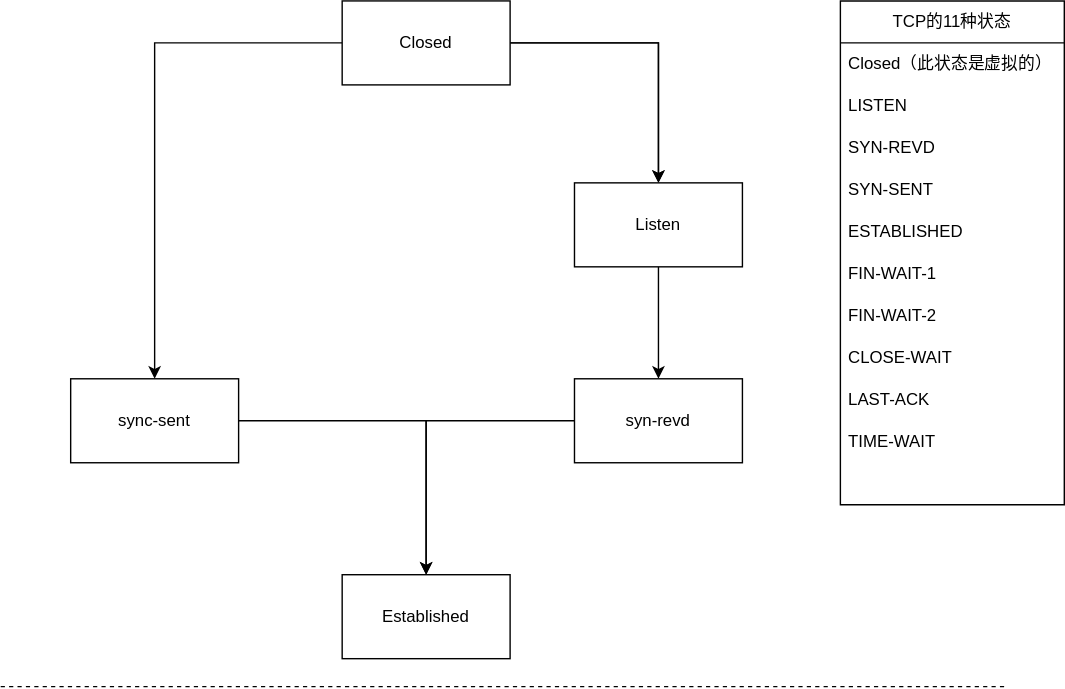
This is TCP状态.drawio.svg from WithoutCause/draw.io, a draw.io export, as it was before one commit. Source tidied: cells renumbered, new cells last; positions are measured from the earlier drawing's top-left corner, leaving out a move shared by most shapes. Source of this version:
```xml
<mxGraphModel>
  <root>
    <mxCell id="0" />
    <mxCell id="1" parent="0" />
    <mxCell id="2" style="edgeStyle=orthogonalEdgeStyle;rounded=0;jettySize=auto;html=1;" parent="1" edge="1" source="5" target="7">
      <mxGeometry relative="1" as="geometry" />
    </mxCell>
    <mxCell id="3" style="edgeStyle=orthogonalEdgeStyle;rounded=0;jettySize=auto;html=1;" parent="1" edge="1" source="5" target="7">
      <mxGeometry relative="1" as="geometry" />
    </mxCell>
    <mxCell id="4" style="edgeStyle=orthogonalEdgeStyle;rounded=0;jettySize=auto;html=1;" parent="1" edge="1" source="5" target="11">
      <mxGeometry relative="1" as="geometry" />
    </mxCell>
    <mxCell id="5" value="Closed" style="rounded=0;whiteSpace=wrap;html=1;" parent="1" vertex="1">
      <mxGeometry x="244" width="120" height="60" as="geometry" />
    </mxCell>
    <mxCell id="6" style="edgeStyle=orthogonalEdgeStyle;rounded=0;jettySize=auto;html=1;" parent="1" edge="1" source="7" target="9">
      <mxGeometry relative="1" as="geometry" />
    </mxCell>
    <mxCell id="7" value="Listen" style="rounded=0;whiteSpace=wrap;html=1;" parent="1" vertex="1">
      <mxGeometry x="410" y="130" width="120" height="60" as="geometry" />
    </mxCell>
    <mxCell id="8" style="edgeStyle=orthogonalEdgeStyle;rounded=0;jettySize=auto;html=1;" parent="1" edge="1" source="9" target="12">
      <mxGeometry relative="1" as="geometry" />
    </mxCell>
    <mxCell id="9" value="syn-revd" style="whiteSpace=wrap;html=1;rounded=0;" parent="1" vertex="1">
      <mxGeometry x="410" y="270" width="120" height="60" as="geometry" />
    </mxCell>
    <mxCell id="10" style="edgeStyle=orthogonalEdgeStyle;rounded=0;jettySize=auto;html=1;" parent="1" edge="1" source="11" target="12">
      <mxGeometry relative="1" as="geometry" />
    </mxCell>
    <mxCell id="11" value="sync-sent" style="whiteSpace=wrap;html=1;rounded=0;" parent="1" vertex="1">
      <mxGeometry x="50" y="270" width="120" height="60" as="geometry" />
    </mxCell>
    <mxCell id="12" value="Established" style="whiteSpace=wrap;html=1;rounded=0;" parent="1" vertex="1">
      <mxGeometry x="244" y="410" width="120" height="60" as="geometry" />
    </mxCell>
    <mxCell id="13" style="endArrow=none;dashed=1;html=1;rounded=0;" parent="1" edge="1">
      <mxGeometry relative="1" as="geometry">
        <mxPoint y="490" as="sourcePoint" />
        <mxPoint x="720" y="490" as="targetPoint" />
      </mxGeometry>
    </mxCell>
    <mxCell id="14" value="TCP的11种状态" style="swimlane;fontStyle=0;horizontal=1;startSize=30;whiteSpace=wrap;html=1;" parent="1" vertex="1">
      <mxGeometry x="600" width="160" height="360" as="geometry" />
    </mxCell>
    <mxCell id="15" value="Closed（此状态是虚拟的）" style="text;strokeColor=none;fillColor=none;align=left;verticalAlign=middle;spacingLeft=4;spacingRight=4;overflow=hidden;whiteSpace=wrap;html=1;" parent="14" vertex="1">
      <mxGeometry y="30" width="160" height="30" as="geometry" />
    </mxCell>
    <mxCell id="16" value="LISTEN" style="text;strokeColor=none;fillColor=none;align=left;verticalAlign=middle;spacingLeft=4;spacingRight=4;overflow=hidden;whiteSpace=wrap;html=1;" parent="14" vertex="1">
      <mxGeometry y="60" width="160" height="30" as="geometry" />
    </mxCell>
    <mxCell id="17" value="SYN-REVD" style="text;strokeColor=none;fillColor=none;align=left;verticalAlign=middle;spacingLeft=4;spacingRight=4;overflow=hidden;whiteSpace=wrap;html=1;" parent="14" vertex="1">
      <mxGeometry y="90" width="160" height="30" as="geometry" />
    </mxCell>
    <mxCell id="18" value="SYN-SENT" style="text;strokeColor=none;fillColor=none;align=left;verticalAlign=middle;spacingLeft=4;spacingRight=4;overflow=hidden;whiteSpace=wrap;html=1;" parent="14" vertex="1">
      <mxGeometry y="120" width="160" height="30" as="geometry" />
    </mxCell>
    <mxCell id="19" value="ESTABLISHED" style="text;strokeColor=none;fillColor=none;align=left;verticalAlign=middle;spacingLeft=4;spacingRight=4;overflow=hidden;whiteSpace=wrap;html=1;" parent="14" vertex="1">
      <mxGeometry y="150" width="160" height="30" as="geometry" />
    </mxCell>
    <mxCell id="20" value="FIN-WAIT-1" style="text;strokeColor=none;fillColor=none;align=left;verticalAlign=middle;spacingLeft=4;spacingRight=4;overflow=hidden;whiteSpace=wrap;html=1;" parent="14" vertex="1">
      <mxGeometry y="180" width="160" height="30" as="geometry" />
    </mxCell>
    <mxCell id="21" value="FIN-WAIT-2" style="text;strokeColor=none;fillColor=none;align=left;verticalAlign=middle;spacingLeft=4;spacingRight=4;overflow=hidden;whiteSpace=wrap;html=1;" parent="14" vertex="1">
      <mxGeometry y="210" width="160" height="30" as="geometry" />
    </mxCell>
    <mxCell id="22" value="CLOSE-WAIT" style="text;strokeColor=none;fillColor=none;align=left;verticalAlign=middle;spacingLeft=4;spacingRight=4;overflow=hidden;whiteSpace=wrap;html=1;" parent="14" vertex="1">
      <mxGeometry y="240" width="160" height="30" as="geometry" />
    </mxCell>
    <mxCell id="23" value="LAST-ACK" style="text;strokeColor=none;fillColor=none;align=left;verticalAlign=middle;spacingLeft=4;spacingRight=4;overflow=hidden;whiteSpace=wrap;html=1;" parent="14" vertex="1">
      <mxGeometry y="270" width="160" height="30" as="geometry" />
    </mxCell>
    <mxCell id="24" value="TIME-WAIT" style="text;strokeColor=none;fillColor=none;align=left;verticalAlign=middle;spacingLeft=4;spacingRight=4;overflow=hidden;whiteSpace=wrap;html=1;" parent="14" vertex="1">
      <mxGeometry y="300" width="160" height="30" as="geometry" />
    </mxCell>
    <mxCell id="25" style="text;strokeColor=none;fillColor=none;align=left;verticalAlign=middle;spacingLeft=4;spacingRight=4;overflow=hidden;whiteSpace=wrap;html=1;" parent="14" vertex="1">
      <mxGeometry y="330" width="160" height="30" as="geometry" />
    </mxCell>
  </root>
</mxGraphModel>
```
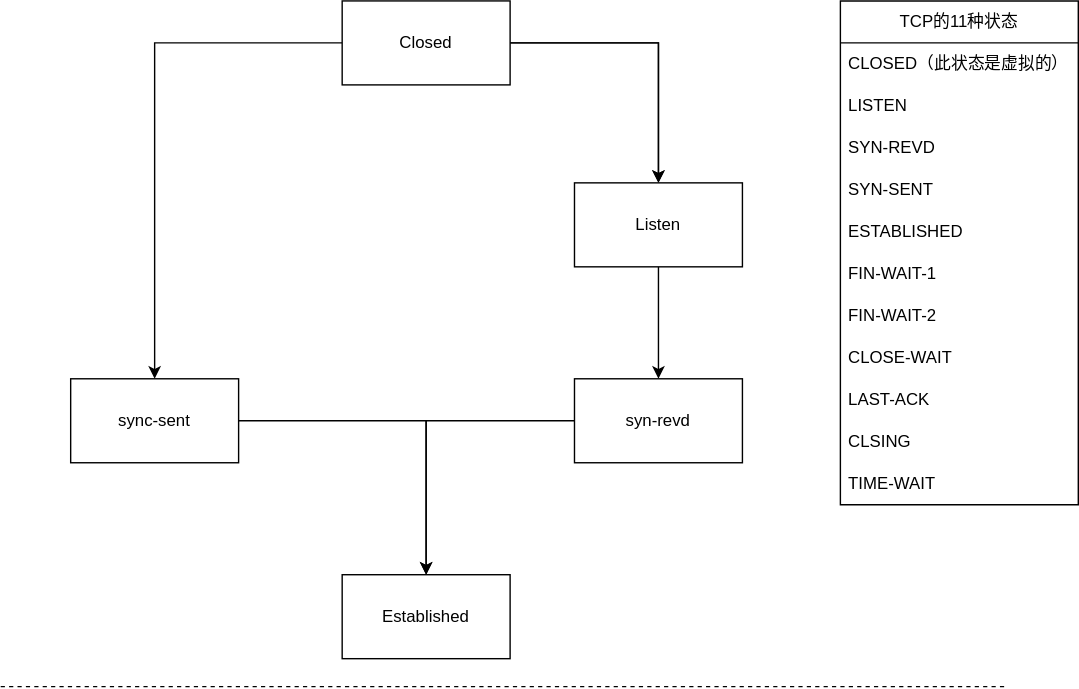
Above is the later version.

Diff of the diagram source:
```diff
@@ -42,40 +42,40 @@
       </mxGeometry>
     </mxCell>
     <mxCell id="14" value="TCP的11种状态" style="swimlane;fontStyle=0;horizontal=1;startSize=30;whiteSpace=wrap;html=1;" parent="1" vertex="1">
-      <mxGeometry x="600" width="160" height="360" as="geometry" />
+      <mxGeometry x="600" width="170" height="360" as="geometry" />
     </mxCell>
-    <mxCell id="15" value="Closed（此状态是虚拟的）" style="text;strokeColor=none;fillColor=none;align=left;verticalAlign=middle;spacingLeft=4;spacingRight=4;overflow=hidden;whiteSpace=wrap;html=1;" parent="14" vertex="1">
-      <mxGeometry y="30" width="160" height="30" as="geometry" />
+    <mxCell id="15" value="CLOSED（此状态是虚拟的）" style="text;strokeColor=none;fillColor=none;align=left;verticalAlign=middle;spacingLeft=4;spacingRight=4;overflow=hidden;whiteSpace=wrap;html=1;" parent="14" vertex="1">
+      <mxGeometry y="30" width="170" height="30" as="geometry" />
     </mxCell>
     <mxCell id="16" value="LISTEN" style="text;strokeColor=none;fillColor=none;align=left;verticalAlign=middle;spacingLeft=4;spacingRight=4;overflow=hidden;whiteSpace=wrap;html=1;" parent="14" vertex="1">
-      <mxGeometry y="60" width="160" height="30" as="geometry" />
+      <mxGeometry y="60" width="170" height="30" as="geometry" />
     </mxCell>
     <mxCell id="17" value="SYN-REVD" style="text;strokeColor=none;fillColor=none;align=left;verticalAlign=middle;spacingLeft=4;spacingRight=4;overflow=hidden;whiteSpace=wrap;html=1;" parent="14" vertex="1">
-      <mxGeometry y="90" width="160" height="30" as="geometry" />
+      <mxGeometry y="90" width="170" height="30" as="geometry" />
     </mxCell>
     <mxCell id="18" value="SYN-SENT" style="text;strokeColor=none;fillColor=none;align=left;verticalAlign=middle;spacingLeft=4;spacingRight=4;overflow=hidden;whiteSpace=wrap;html=1;" parent="14" vertex="1">
-      <mxGeometry y="120" width="160" height="30" as="geometry" />
+      <mxGeometry y="120" width="170" height="30" as="geometry" />
     </mxCell>
     <mxCell id="19" value="ESTABLISHED" style="text;strokeColor=none;fillColor=none;align=left;verticalAlign=middle;spacingLeft=4;spacingRight=4;overflow=hidden;whiteSpace=wrap;html=1;" parent="14" vertex="1">
-      <mxGeometry y="150" width="160" height="30" as="geometry" />
+      <mxGeometry y="150" width="170" height="30" as="geometry" />
     </mxCell>
     <mxCell id="20" value="FIN-WAIT-1" style="text;strokeColor=none;fillColor=none;align=left;verticalAlign=middle;spacingLeft=4;spacingRight=4;overflow=hidden;whiteSpace=wrap;html=1;" parent="14" vertex="1">
-      <mxGeometry y="180" width="160" height="30" as="geometry" />
+      <mxGeometry y="180" width="170" height="30" as="geometry" />
     </mxCell>
     <mxCell id="21" value="FIN-WAIT-2" style="text;strokeColor=none;fillColor=none;align=left;verticalAlign=middle;spacingLeft=4;spacingRight=4;overflow=hidden;whiteSpace=wrap;html=1;" parent="14" vertex="1">
-      <mxGeometry y="210" width="160" height="30" as="geometry" />
+      <mxGeometry y="210" width="170" height="30" as="geometry" />
     </mxCell>
     <mxCell id="22" value="CLOSE-WAIT" style="text;strokeColor=none;fillColor=none;align=left;verticalAlign=middle;spacingLeft=4;spacingRight=4;overflow=hidden;whiteSpace=wrap;html=1;" parent="14" vertex="1">
-      <mxGeometry y="240" width="160" height="30" as="geometry" />
+      <mxGeometry y="240" width="170" height="30" as="geometry" />
     </mxCell>
     <mxCell id="23" value="LAST-ACK" style="text;strokeColor=none;fillColor=none;align=left;verticalAlign=middle;spacingLeft=4;spacingRight=4;overflow=hidden;whiteSpace=wrap;html=1;" parent="14" vertex="1">
-      <mxGeometry y="270" width="160" height="30" as="geometry" />
+      <mxGeometry y="270" width="170" height="30" as="geometry" />
     </mxCell>
-    <mxCell id="24" value="TIME-WAIT" style="text;strokeColor=none;fillColor=none;align=left;verticalAlign=middle;spacingLeft=4;spacingRight=4;overflow=hidden;whiteSpace=wrap;html=1;" parent="14" vertex="1">
-      <mxGeometry y="300" width="160" height="30" as="geometry" />
+    <mxCell id="24" value="CLSING" style="text;strokeColor=none;fillColor=none;align=left;verticalAlign=middle;spacingLeft=4;spacingRight=4;overflow=hidden;whiteSpace=wrap;html=1;" parent="14" vertex="1">
+      <mxGeometry y="300" width="170" height="30" as="geometry" />
     </mxCell>
-    <mxCell id="25" style="text;strokeColor=none;fillColor=none;align=left;verticalAlign=middle;spacingLeft=4;spacingRight=4;overflow=hidden;whiteSpace=wrap;html=1;" parent="14" vertex="1">
-      <mxGeometry y="330" width="160" height="30" as="geometry" />
+    <mxCell id="25" value="TIME-WAIT" style="text;strokeColor=none;fillColor=none;align=left;verticalAlign=middle;spacingLeft=4;spacingRight=4;overflow=hidden;whiteSpace=wrap;html=1;" parent="14" vertex="1">
+      <mxGeometry y="330" width="170" height="30" as="geometry" />
     </mxCell>
   </root>
 </mxGraphModel>
```
